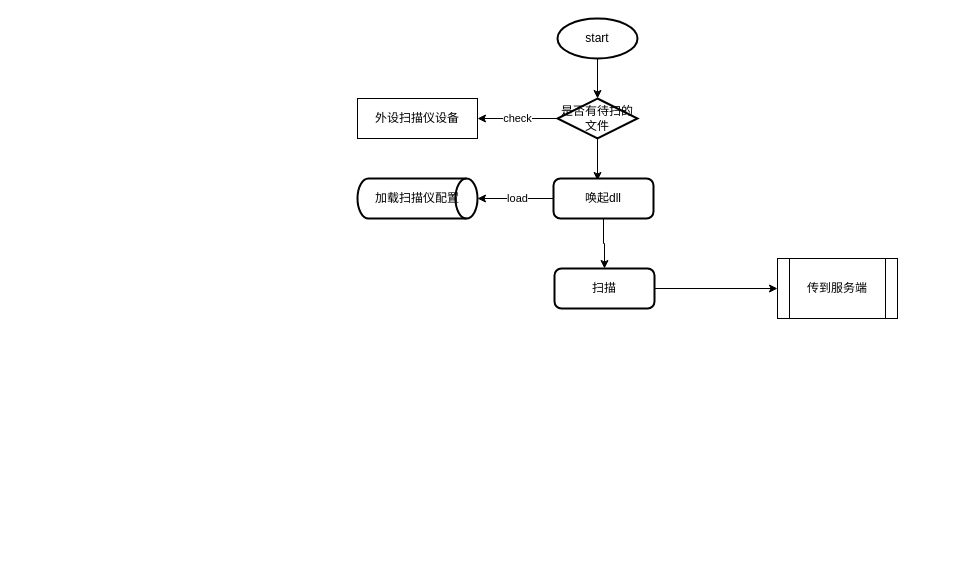
Earlier version of the draw.io diagram Untitled Diagram.drawio (sivanbil/aidev). Source tidied: cells renumbered, new cells numbered last; positions are measured from the earlier drawing's top-left corner, leaving out a move shared by most shapes. Both pictures are drawn from the tidied source at 100%, with x=0, y=0 at pixel (357, 18).
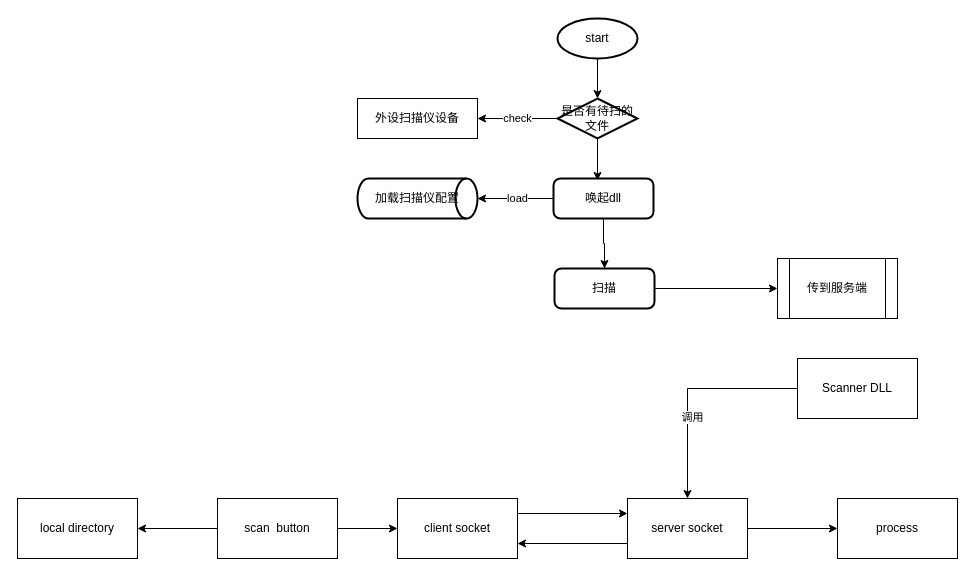
The same page after the edit.

The edit, as a diff of the source:
```diff
@@
+    <mxCell id="15" style="edgeStyle=orthogonalEdgeStyle;rounded=0;jettySize=auto;html=1;exitX=1;exitY=0.25;exitDx=0;exitDy=0;entryX=0;entryY=0.25;entryDx=0;entryDy=0;" parent="1" edge="1" source="16" target="19">
+      <mxGeometry relative="1" as="geometry" />
+    </mxCell>
+    <mxCell id="16" value="client socket" style="rounded=0;whiteSpace=wrap;html=1;" parent="1" vertex="1">
+      <mxGeometry x="40" y="480" width="120" height="60" as="geometry" />
+    </mxCell>
+    <mxCell id="17" style="edgeStyle=orthogonalEdgeStyle;rounded=0;jettySize=auto;html=1;exitX=0;exitY=0.75;exitDx=0;exitDy=0;entryX=1;entryY=0.75;entryDx=0;entryDy=0;" parent="1" edge="1" source="19" target="16">
+      <mxGeometry relative="1" as="geometry" />
+    </mxCell>
+    <mxCell id="18" style="edgeStyle=orthogonalEdgeStyle;rounded=0;jettySize=auto;html=1;exitX=1;exitY=0.5;exitDx=0;exitDy=0;entryX=0;entryY=0.5;entryDx=0;entryDy=0;" parent="1" edge="1" source="19" target="27">
+      <mxGeometry relative="1" as="geometry" />
+    </mxCell>
+    <mxCell id="19" value="server socket" style="rounded=0;whiteSpace=wrap;html=1;" parent="1" vertex="1">
+      <mxGeometry x="270" y="480" width="120" height="60" as="geometry" />
+    </mxCell>
+    <mxCell id="20" style="edgeStyle=orthogonalEdgeStyle;rounded=0;jettySize=auto;html=1;exitX=0;exitY=0.5;exitDx=0;exitDy=0;entryX=0.5;entryY=0;entryDx=0;entryDy=0;" parent="1" edge="1" source="22" target="19">
+      <mxGeometry relative="1" as="geometry" />
+    </mxCell>
+    <mxCell id="21" value="调用" style="edgeLabel;html=1;align=center;verticalAlign=middle;" parent="20" vertex="1">
+      <mxGeometry x="0.25" y="4" relative="1" as="geometry" />
+    </mxCell>
+    <mxCell id="22" value="Scanner DLL" style="rounded=0;whiteSpace=wrap;html=1;" parent="1" vertex="1">
+      <mxGeometry x="440" y="340" width="120" height="60" as="geometry" />
+    </mxCell>
+    <mxCell id="23" value="local directory" style="rounded=0;whiteSpace=wrap;html=1;" parent="1" vertex="1">
+      <mxGeometry x="-340" y="480" width="120" height="60" as="geometry" />
+    </mxCell>
+    <mxCell id="24" style="edgeStyle=orthogonalEdgeStyle;rounded=0;jettySize=auto;html=1;exitX=1;exitY=0.5;exitDx=0;exitDy=0;entryX=0;entryY=0.5;entryDx=0;entryDy=0;" parent="1" edge="1" source="26" target="16">
+      <mxGeometry relative="1" as="geometry" />
+    </mxCell>
+    <mxCell id="25" style="edgeStyle=orthogonalEdgeStyle;rounded=0;jettySize=auto;html=1;exitX=0;exitY=0.5;exitDx=0;exitDy=0;entryX=1;entryY=0.5;entryDx=0;entryDy=0;" parent="1" edge="1" source="26" target="23">
+      <mxGeometry relative="1" as="geometry" />
+    </mxCell>
+    <mxCell id="26" value="scan&amp;nbsp; button" style="rounded=0;whiteSpace=wrap;html=1;" parent="1" vertex="1">
+      <mxGeometry x="-140" y="480" width="120" height="60" as="geometry" />
+    </mxCell>
+    <mxCell id="27" value="process" style="rounded=0;whiteSpace=wrap;html=1;" parent="1" vertex="1">
+      <mxGeometry x="480" y="480" width="120" height="60" as="geometry" />
+    </mxCell>
```
